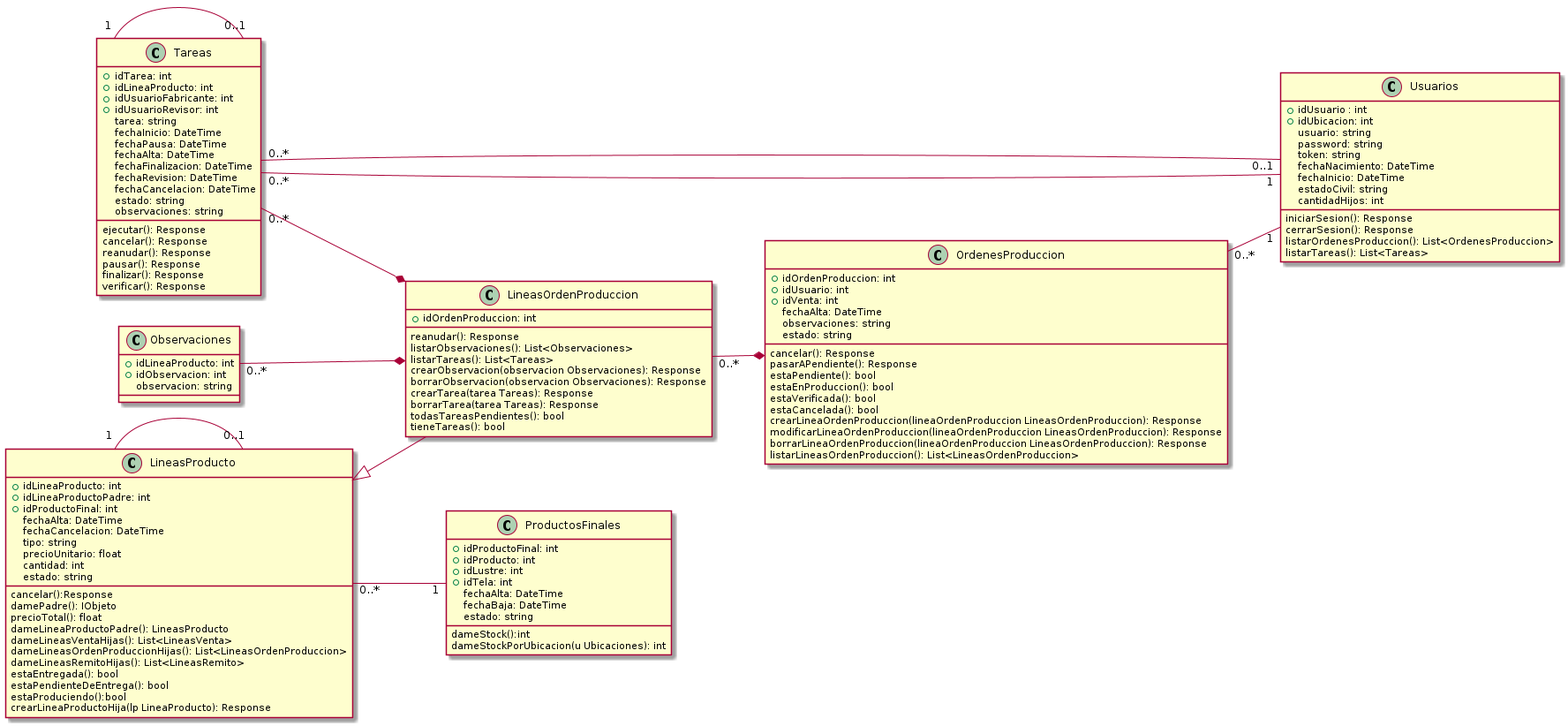
Earlier version of the PlantUML export Informe Final/Imagenes/DiagramaClases/Vistas/vistaProduccion.png (ZMGestion/DocumentacionZMGestion).
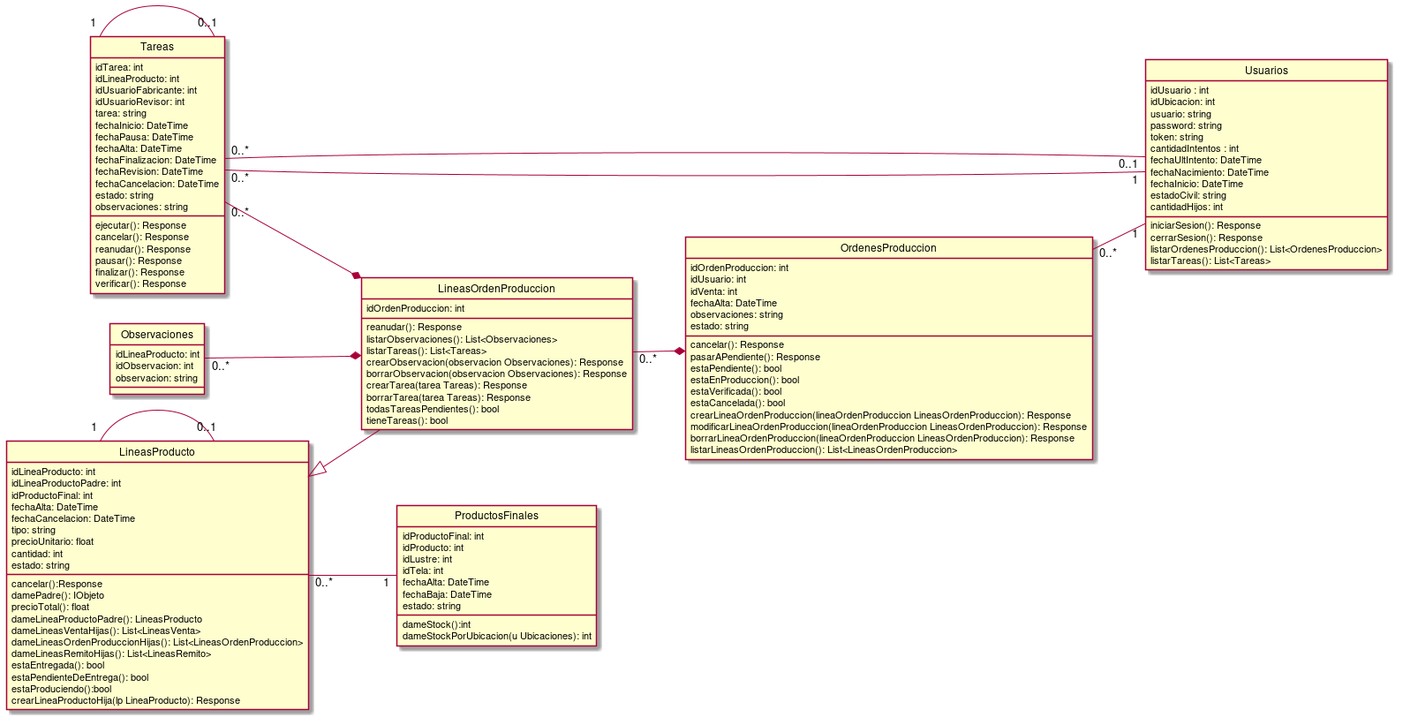
The same diagram one commit later.

The edit, as a diff of the source:
```diff
@@ -1,120 +1,11 @@
 @startuml vistaProduccion
-class Usuarios {
-   +idUsuario : int
-   +idUbicacion: int
-   usuario: string
-   password: string
-   token: string
-   fechaNacimiento: DateTime
-   fechaInicio: DateTime
-   estadoCivil: string
-   cantidadHijos: int
-
-   iniciarSesion(): Response
-   cerrarSesion(): Response
-   listarOrdenesProduccion(): List<OrdenesProduccion>
-   listarTareas(): List<Tareas>
-}
-class Tareas{
-    +idTarea: int
-    +idLineaProducto: int
-    +idUsuarioFabricante: int
-    +idUsuarioRevisor: int
-    tarea: string
-    fechaInicio: DateTime
-    fechaPausa: DateTime
-    fechaAlta: DateTime
-    fechaFinalizacion: DateTime
-    fechaRevision: DateTime
-    fechaCancelacion: DateTime
-    estado: string
-    observaciones: string
-
-    ejecutar(): Response
-    cancelar(): Response
-    reanudar(): Response
-    pausar(): Response
-    finalizar(): Response
-    verificar(): Response
-
-}
-class OrdenesProduccion{
-    +idOrdenProduccion: int
-    +idUsuario: int
-    +idVenta: int
-    fechaAlta: DateTime
-    observaciones: string
-    estado: string
-
-    cancelar(): Response
-    pasarAPendiente(): Response
-    estaPendiente(): bool
-    estaEnProduccion(): bool
-    estaVerificada(): bool
-    estaCancelada(): bool
-    crearLineaOrdenProduccion(lineaOrdenProduccion LineasOrdenProduccion): Response
-    modificarLineaOrdenProduccion(lineaOrdenProduccion LineasOrdenProduccion): Response
-    borrarLineaOrdenProduccion(lineaOrdenProduccion LineasOrdenProduccion): Response
-    listarLineasOrdenProduccion(): List<LineasOrdenProduccion>
-
-}
-class ProductosFinales{
-    +idProductoFinal: int
-    +idProducto: int
-    +idLustre: int
-    +idTela: int
-    fechaAlta: DateTime
-    fechaBaja: DateTime
-    estado: string
-
-    dameStock():int
-    dameStockPorUbicacion(u Ubicaciones): int
-
-
-}
-class Observaciones{
-    +idLineaProducto: int
-    +idObservacion: int
-    observacion: string
-}
-class LineasProducto{
-    +idLineaProducto: int
-    +idLineaProductoPadre: int
-    +idProductoFinal: int
-    fechaAlta: DateTime
-    fechaCancelacion: DateTime
-    tipo: string
-    precioUnitario: float
-    cantidad: int
-    estado: string
-
-
-    cancelar():Response
-    damePadre(): IObjeto
-    precioTotal(): float
-    dameLineaProductoPadre(): LineasProducto
-    dameLineasVentaHijas(): List<LineasVenta>
-    dameLineasOrdenProduccionHijas(): List<LineasOrdenProduccion>
-    dameLineasRemitoHijas(): List<LineasRemito>
-    estaEntregada(): bool
-    estaPendienteDeEntrega(): bool
-    estaProduciendo():bool
-    crearLineaProductoHija(lp LineaProducto): Response
-}
-class LineasOrdenProduccion{
-    +idOrdenProduccion: int
-
-    reanudar(): Response
-    listarObservaciones(): List<Observaciones>
-    listarTareas(): List<Tareas>
-    crearObservacion(observacion Observaciones): Response
-    borrarObservacion(observacion Observaciones): Response
-    crearTarea(tarea Tareas): Response
-    borrarTarea(tarea Tareas): Response
-    todasTareasPendientes(): bool
-    tieneTareas(): bool
-
-}
+!include ./Clases/Usuarios.puml
+!include ./Clases/Tareas.puml
+!include ./Clases/OrdenesProduccion.puml
+!include ./Clases/ProductosFinales.puml
+!include ./Clases/Observaciones.puml
+!include ./Clases/LineasProducto.puml
+!include ./Clases/LineasOrdenProduccion.puml
 
 
 left to right direction
```
